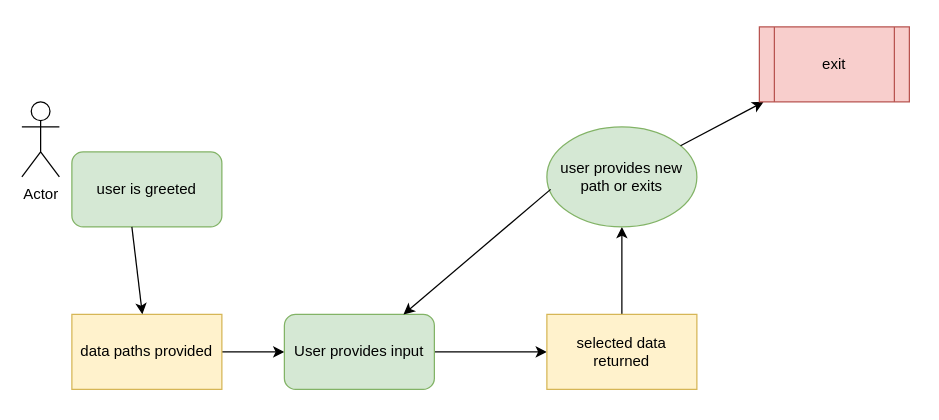
This is App Flowchart.drawio from waynedelcorraljr/hurricane_cli_app, a draw.io file, before an edit. Source tidied: cells renumbered, new cells numbered last; positions are measured from the earlier drawing's top-left corner, leaving out a move shared by most shapes. Both pictures are drawn from the tidied source at 125%, with x=0, y=0 at pixel (21, 26).
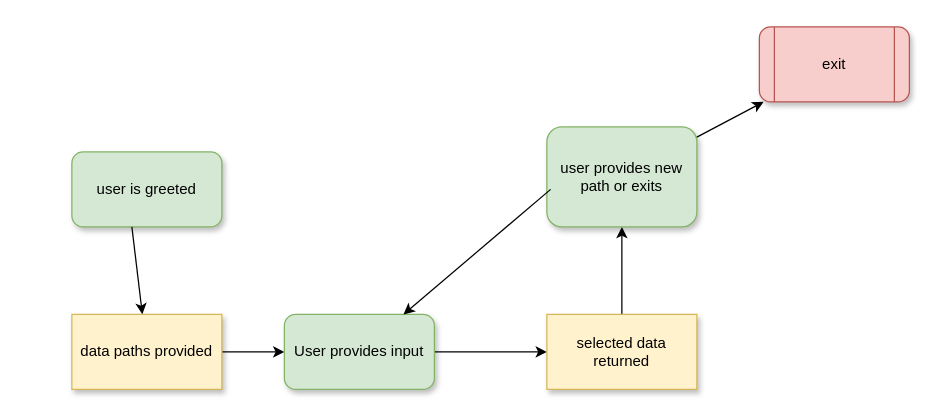
After the change.

Commit message (it also covers changes not shown here):
updates flowchart, gives CLI pizzazz

The edit, as a diff of the source:
```diff
@@
 <mxGraphModel background="#ffffff">
   <root>
     <mxCell id="0" />
     <mxCell id="1" parent="0" />
-    <mxCell id="2" value="Actor" style="shape=umlActor;verticalLabelPosition=bottom;verticalAlign=top;html=1;" parent="1" vertex="1">
-      <mxGeometry y="60" width="30" height="60" as="geometry" />
-    </mxCell>
-    <mxCell id="3" value="user is greeted" style="rounded=1;whiteSpace=wrap;html=1;fillColor=#d5e8d4;strokeColor=#82b366;" parent="1" vertex="1">
+    <mxCell id="3" value="user is greeted" style="rounded=1;whiteSpace=wrap;html=1;fillColor=#d5e8d4;strokeColor=#82b366;fontColor=#000000;shadow=1;glass=0;comic=0;" parent="1" vertex="1">
       <mxGeometry x="40" y="100" width="120" height="60" as="geometry" />
     </mxCell>
-    <mxCell id="4" style="edgeStyle=orthogonalEdgeStyle;rounded=0;jettySize=auto;html=1;" parent="1" edge="1" source="5" target="8">
+    <mxCell id="4" style="edgeStyle=orthogonalEdgeStyle;rounded=0;jettySize=auto;html=1;strokeColor=#000000;" parent="1" edge="1" source="5" target="8">
       <mxGeometry relative="1" as="geometry" />
     </mxCell>
-    <mxCell id="5" value="data paths provided" style="rounded=0;whiteSpace=wrap;html=1;fillColor=#fff2cc;strokeColor=#d6b656;" parent="1" vertex="1">
+    <mxCell id="5" value="data paths provided" style="rounded=0;whiteSpace=wrap;html=1;fillColor=#fff2cc;strokeColor=#d6b656;fontColor=#000000;shadow=1;" parent="1" vertex="1">
       <mxGeometry x="40" y="230" width="120" height="60" as="geometry" />
     </mxCell>
-    <mxCell id="6" style="endArrow=classic;html=1;exitX=0.4;exitY=1;exitDx=0;exitDy=0;exitPerimeter=0;" parent="1" edge="1" source="3" target="5">
+    <mxCell id="6" style="endArrow=classic;html=1;exitX=0.4;exitY=1;exitDx=0;exitDy=0;exitPerimeter=0;strokeColor=#000000;" parent="1" edge="1" source="3" target="5">
       <mxGeometry relative="1" as="geometry" />
     </mxCell>
-    <mxCell id="7" style="edgeStyle=orthogonalEdgeStyle;rounded=0;jettySize=auto;html=1;" parent="1" edge="1" source="8">
+    <mxCell id="7" style="edgeStyle=orthogonalEdgeStyle;rounded=0;jettySize=auto;html=1;strokeColor=#000000;" parent="1" edge="1" source="8">
       <mxGeometry relative="1" as="geometry">
         <mxPoint x="420" y="260" as="targetPoint" />
       </mxGeometry>
     </mxCell>
-    <mxCell id="8" value="User provides input" style="rounded=1;whiteSpace=wrap;html=1;fillColor=#d5e8d4;strokeColor=#82b366;" parent="1" vertex="1">
+    <mxCell id="8" value="User provides input" style="rounded=1;whiteSpace=wrap;html=1;fillColor=#d5e8d4;strokeColor=#82b366;fontColor=#000000;shadow=1;" parent="1" vertex="1">
       <mxGeometry x="210" y="230" width="120" height="60" as="geometry" />
     </mxCell>
-    <mxCell id="9" style="edgeStyle=orthogonalEdgeStyle;rounded=0;jettySize=auto;html=1;" parent="1" edge="1" source="10" target="11">
+    <mxCell id="9" style="edgeStyle=orthogonalEdgeStyle;rounded=0;jettySize=auto;html=1;strokeColor=#000000;" parent="1" edge="1" source="10" target="11">
       <mxGeometry relative="1" as="geometry" />
     </mxCell>
-    <mxCell id="10" value="selected data returned" style="rounded=0;whiteSpace=wrap;html=1;fillColor=#fff2cc;strokeColor=#d6b656;" parent="1" vertex="1">
+    <mxCell id="10" value="selected data returned" style="rounded=0;whiteSpace=wrap;html=1;fillColor=#fff2cc;strokeColor=#d6b656;fontColor=#000000;shadow=1;" parent="1" vertex="1">
       <mxGeometry x="420" y="230" width="120" height="60" as="geometry" />
     </mxCell>
-    <mxCell id="11" value="user provides new path or exits" style="ellipse;whiteSpace=wrap;html=1;rounded=0;strokeColor=#82b366;fillColor=#d5e8d4;" parent="1" vertex="1">
+    <mxCell id="11" value="user provides new path or exits" style="rounded=1;whiteSpace=wrap;html=1;fillColor=#d5e8d4;strokeColor=#82b366;fontColor=#000000;shadow=1;" parent="1" vertex="1">
       <mxGeometry x="420" y="80" width="120" height="80" as="geometry" />
     </mxCell>
-    <mxCell id="12" style="endArrow=classic;html=1;exitX=0.025;exitY=0.625;exitDx=0;exitDy=0;exitPerimeter=0;" parent="1" edge="1" source="11" target="8">
+    <mxCell id="12" style="endArrow=classic;html=1;exitX=0.025;exitY=0.625;exitDx=0;exitDy=0;exitPerimeter=0;strokeColor=#000000;" parent="1" edge="1" source="11" target="8">
       <mxGeometry relative="1" as="geometry" />
     </mxCell>
-    <mxCell id="13" style="endArrow=classic;html=1;" parent="1" edge="1" source="11" target="14">
+    <mxCell id="13" style="endArrow=classic;html=1;strokeColor=#000000;" parent="1" edge="1" source="11" target="14">
       <mxGeometry relative="1" as="geometry" />
     </mxCell>
-    <mxCell id="14" value="exit" style="shape=process;whiteSpace=wrap;html=1;backgroundOutline=1;fillColor=#f8cecc;strokeColor=#b85450;" parent="1" vertex="1">
+    <mxCell id="14" value="exit" style="shape=process;whiteSpace=wrap;html=1;backgroundOutline=1;fillColor=#f8cecc;strokeColor=#b85450;fontColor=#000000;rounded=1;shadow=1;" parent="1" vertex="1">
       <mxGeometry x="590" width="120" height="60" as="geometry" />
     </mxCell>
   </root>
 </mxGraphModel>
```
